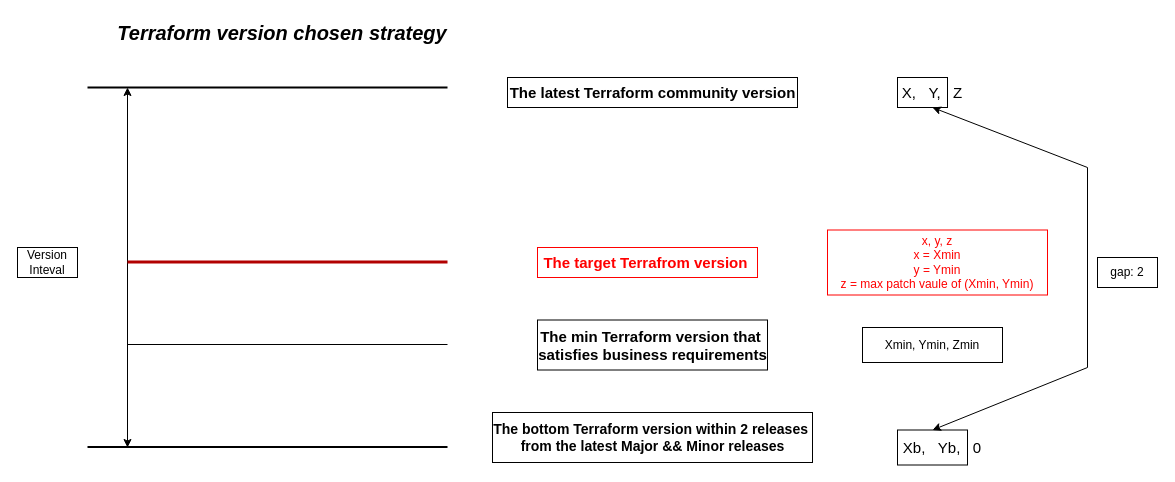
Above: page "terraform-version-chosen-strategy" (1 of 2) of terraform-version-chosen-strategy.drawio in YanshanSong/draw.io (draw.io), before the change. Source tidied: cells renumbered, new cells numbered last; positions are measured from the earlier drawing's top-left corner, leaving out a move shared by most shapes. Both pictures are drawn from the tidied source at 100%, with x=0, y=0 at pixel (17, 17).
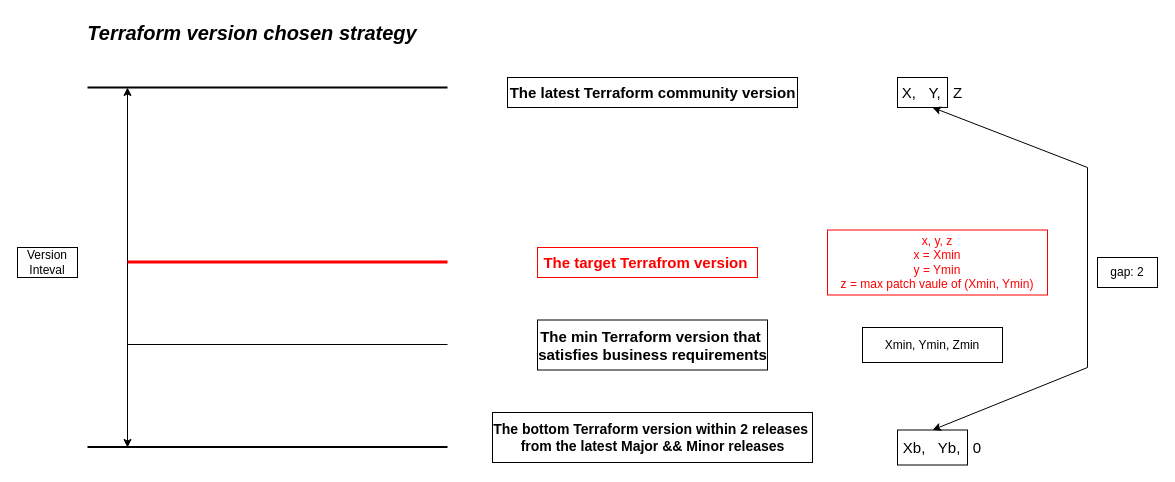
After the change.

What changed in the source:
```diff
@@
-    <mxCell id="17" style="endArrow=none;html=1;rounded=0;fillColor=#e51400;strokeColor=#B20000;strokeWidth=3;" parent="1" edge="1">
+    <mxCell id="17" style="endArrow=none;html=1;rounded=0;fillColor=#e51400;strokeColor=#FF0000;strokeWidth=3;" parent="1" edge="1">
       <mxGeometry relative="1" as="geometry">
         <mxPoint x="110" y="244.5" as="sourcePoint" />
         <mxPoint x="430" y="244.5" as="targetPoint" />
       </mxGeometry>
     </mxCell>
@@
     <mxCell id="20" value="&lt;i style=&quot;font-size: 20px;&quot;&gt;&lt;b style=&quot;font-size: 20px;&quot;&gt;Terraform version chosen &lt;font style=&quot;font-size: 20px;&quot;&gt;strategy&lt;/font&gt;&lt;/b&gt;&lt;/i&gt;" style="text;html=1;align=center;verticalAlign=middle;whiteSpace=wrap;rounded=0;strokeColor=none;fontSize=20;" parent="1" vertex="1">
-      <mxGeometry x="90" width="350" height="30" as="geometry" />
+      <mxGeometry x="60" width="350" height="30" as="geometry" />
     </mxCell>
```
